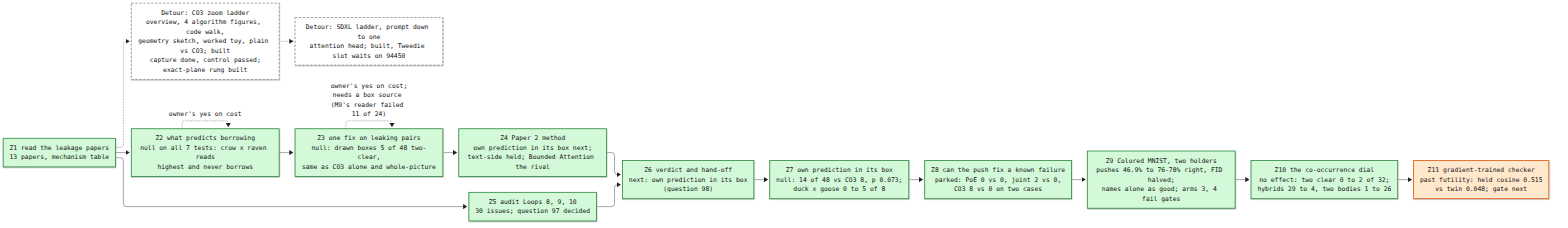
The Mermaid diagram artifacts/notes/progress/leakage/loop-12-progress.png in mo-rsa24/concept-composition, before a commit. Its source is kept beside it as artifacts/notes/progress/leakage/loop-12-progress.mmd. Source of this version:
```mermaid
%%{init: {'theme': 'base', 'themeVariables': {'fontFamily': 'monospace', 'primaryColor': '#ffffff', 'primaryBorderColor': '#222222', 'primaryTextColor': '#111111', 'lineColor': '#222222'}}}%%
flowchart LR
  Z1["Z1 read the leakage papers<br/>13 papers, mechanism table"]:::done
  Z2["Z2 what predicts borrowing<br/>null on all 7 tests: crow x raven reads<br/>highest and never borrows"]:::done
  Z3["Z3 one fix on leaking pairs<br/>null: drawn boxes 5 of 48 two-clear,<br/>same as CO3 alone and whole-picture"]:::done
  Z4["Z4 Paper 2 method<br/>own prediction in its box next;<br/>text-side held; Bounded Attention the rival"]:::done
  Z5["Z5 audit Loops 8, 9, 10<br/>30 issues; question 97 decided"]:::done
  Z6["Z6 verdict and hand-off<br/>next: own prediction in its box<br/>(question 98)"]:::done
  LAD["Detour: CO3 zoom ladder<br/>overview, 4 algorithm figures, code walk,<br/>geometry sketch, worked toy, plain vs CO3; built<br/>capture done, control passed;<br/>exact-plane rung built"]:::detour
  Z1 -.-> LAD
  SDX["Detour: SDXL ladder, prompt down to one<br/>attention head; built, Tweedie slot waits on 94450"]:::detour
  LAD -.-> SDX
  Z1 --> Z2 --> Z3 --> Z4 --> Z6
  Z1 --> Z5 --> Z6
  Z2 -. "owner's yes on cost" .-> Z2
  Z3 -. "owner's yes on cost;<br/>needs a box source (M9's reader failed 11 of 24)" .-> Z3
  Z7["Z7 own prediction in its box<br/>null: 14 of 48 vs CO3 8, p 0.073;<br/>duck x goose 0 to 5 of 8"]:::done
  Z6 --> Z7
  Z8["Z8 can the push fix a known failure<br/>parked: PoE 0 vs 0, joint 2 vs 0,<br/>CO3 8 vs 0 on two cases"]:::done
  Z7 --> Z8
  Z9["Z9 Colored MNIST, two holders<br/>pushes 46.9% to 76-78% right, FID halved;<br/>names alone as good; arms 3, 4 fail gates"]:::done
  Z8 --> Z9
  Z10["Z10 the co-occurrence dial<br/>no effect: two clear 0 to 2 of 32;<br/>hybrids 29 to 4, two bodies 1 to 26"]:::done
  Z9 --> Z10
  Z11["Z11 gradient-trained checker<br/>past futility: held cosine 0.515<br/>vs twin 0.048; gate next"]:::doing
  Z10 --> Z11
  classDef done fill:#d3f9d8,stroke:#2b8a3e,stroke-width:2px
  classDef doing fill:#ffe8cc,stroke:#e8590c,stroke-width:2px
  classDef detour fill:#ffffff,stroke:#868e96,stroke-width:2px,stroke-dasharray: 6 4
  classDef todo fill:#f1f3f5,stroke:#868e96,stroke-width:2px
```
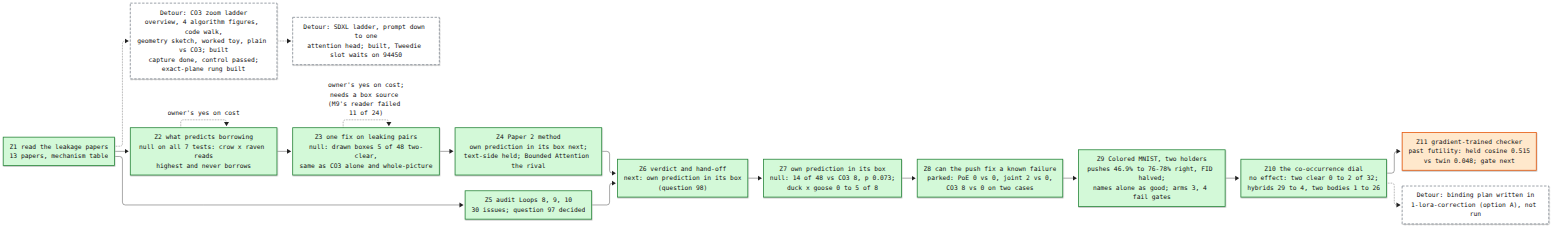
The same diagram one commit later.

Commit message:
Loop 12 map: binding plan detour

What changed in the source:
```diff
@@ -24,6 +24,8 @@
   Z9 --> Z10
   Z11["Z11 gradient-trained checker<br/>past futility: held cosine 0.515<br/>vs twin 0.048; gate next"]:::doing
   Z10 --> Z11
+  DB["Detour: binding plan written in<br/>1-lora-correction (option A), not run"]:::detour
+  Z10 -.-> DB
   classDef done fill:#d3f9d8,stroke:#2b8a3e,stroke-width:2px
   classDef doing fill:#ffe8cc,stroke:#e8590c,stroke-width:2px
   classDef detour fill:#ffffff,stroke:#868e96,stroke-width:2px,stroke-dasharray: 6 4
```
